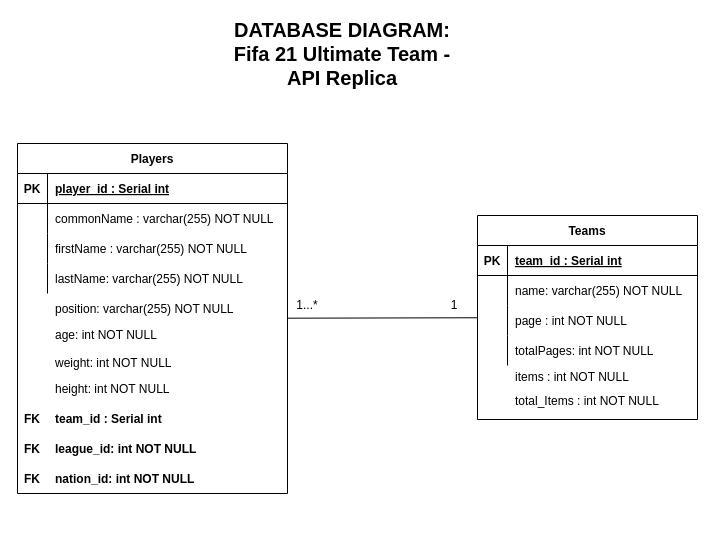
This is page "EntityRelationshipDiagram" (2 of 4) of architecture/Fifa21_replica_diagrams.drawio from jigth/fifa21-api-replica, a draw.io file, before an edit. Source tidied: cells renumbered, new cells numbered last; positions are measured from the earlier drawing's top-left corner, leaving out a move shared by most shapes. Both pictures are drawn from the tidied source at 100%, with x=0, y=0 at pixel (17, 43).
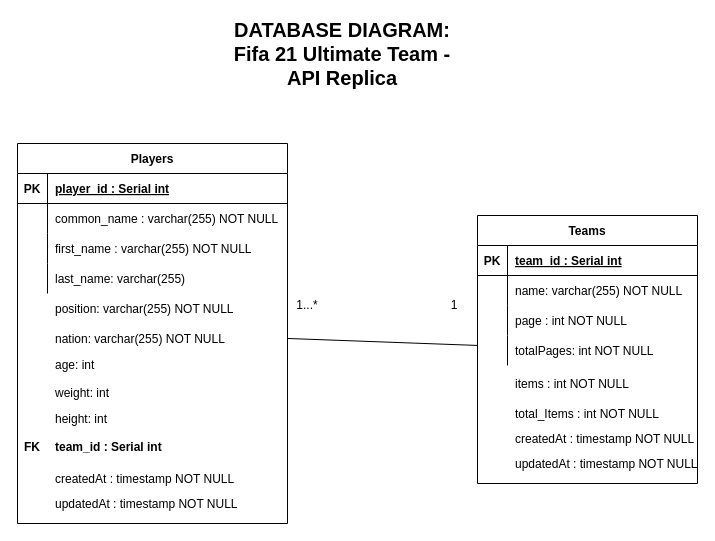
The same page after the edit.

Commit message (it also covers changes not shown here):
Updating ERD diagram to match the current state of the project

Unchanged cells that the change refers to:
```xml
<mxCell id="9" style="shape=partialRectangle;fillColor=none;top=0;left=0;bottom=0;right=0;" parent="5" vertex="1">
  <mxGeometry y="60" width="270" height="30" as="geometry" />
</mxCell>
<mxCell id="12" style="shape=partialRectangle;fillColor=none;top=0;left=0;bottom=0;right=0;" parent="5" vertex="1">
  <mxGeometry y="90" width="270" height="30" as="geometry" />
</mxCell>
<mxCell id="15" style="shape=partialRectangle;fillColor=none;top=0;left=0;bottom=0;right=0;" parent="5" vertex="1">
  <mxGeometry y="120" width="270" height="30" as="geometry" />
</mxCell>
```

Diff of the diagram source:
```diff
@@
     <mxCell id="5" value="Players" style="shape=table;startSize=30;childLayout=tableLayout;rowLines=0;fontStyle=1;align=center;" parent="1" vertex="1">
-      <mxGeometry y="100" width="270" height="350" as="geometry" />
+      <mxGeometry y="100" width="270" height="380" as="geometry" />
     </mxCell>
@@
-    <mxCell id="11" value="commonName : varchar(255) NOT NULL" style="shape=partialRectangle;fillColor=none;top=0;left=0;bottom=0;right=0;align=left;spacingLeft=6;overflow=hidden;" parent="9" vertex="1">
+    <mxCell id="11" value="common_name : varchar(255) NOT NULL" style="shape=partialRectangle;fillColor=none;top=0;left=0;bottom=0;right=0;align=left;spacingLeft=6;overflow=hidden;" parent="9" vertex="1">
       <mxGeometry x="30" width="240" height="30" as="geometry" />
     </mxCell>
@@
-    <mxCell id="14" value="firstName : varchar(255) NOT NULL" style="shape=partialRectangle;fillColor=none;top=0;left=0;bottom=0;right=0;align=left;spacingLeft=6;overflow=hidden;" parent="12" vertex="1">
+    <mxCell id="14" value="first_name : varchar(255) NOT NULL" style="shape=partialRectangle;fillColor=none;top=0;left=0;bottom=0;right=0;align=left;spacingLeft=6;overflow=hidden;" parent="12" vertex="1">
       <mxGeometry x="30" width="240" height="30" as="geometry" />
     </mxCell>
@@
-    <mxCell id="17" value="lastName: varchar(255) NOT NULL" style="shape=partialRectangle;fillColor=none;top=0;left=0;bottom=0;right=0;align=left;spacingLeft=6;overflow=hidden;" parent="15" vertex="1">
+    <mxCell id="17" value="last_name: varchar(255)" style="shape=partialRectangle;fillColor=none;top=0;left=0;bottom=0;right=0;align=left;spacingLeft=6;overflow=hidden;" parent="15" vertex="1">
       <mxGeometry x="30" width="240" height="30" as="geometry" />
     </mxCell>
-    <mxCell id="18" value="league_id: int NOT NULL" style="shape=partialRectangle;fillColor=none;top=0;left=0;bottom=0;right=0;align=left;spacingLeft=6;overflow=hidden;fontStyle=1;" parent="1" vertex="1">
-      <mxGeometry x="30" y="390" width="240" height="30" as="geometry" />
-    </mxCell>
-    <mxCell id="19" value="nation_id: int NOT NULL" style="shape=partialRectangle;fillColor=none;top=0;left=0;bottom=0;right=0;align=left;spacingLeft=6;overflow=hidden;fontStyle=1;" parent="1" vertex="1">
-      <mxGeometry x="30" y="420" width="240" height="30" as="geometry" />
+    <mxCell id="19" value="nation: varchar(255) NOT NULL" style="shape=partialRectangle;fillColor=none;top=0;left=0;bottom=0;right=0;align=left;spacingLeft=6;overflow=hidden;fontStyle=0;" parent="1" vertex="1">
+      <mxGeometry x="30" y="280" width="240" height="30" as="geometry" />
     </mxCell>
-    <mxCell id="20" value="FK" style="shape=partialRectangle;fillColor=none;top=0;left=0;bottom=0;right=0;fontStyle=1;overflow=hidden;" parent="1" vertex="1">
-      <mxGeometry y="390" width="30" height="30" as="geometry" />
-    </mxCell>
-    <mxCell id="21" value="FK" style="shape=partialRectangle;fillColor=none;top=0;left=0;bottom=0;right=0;fontStyle=1;overflow=hidden;" parent="1" vertex="1">
-      <mxGeometry y="420" width="30" height="30" as="geometry" />
-    </mxCell>
@@
-    <mxCell id="23" value="age: int NOT NULL" style="shape=partialRectangle;fillColor=none;top=0;left=0;bottom=0;right=0;align=left;spacingLeft=6;overflow=hidden;" parent="1" vertex="1">
-      <mxGeometry x="30" y="276" width="240" height="30" as="geometry" />
+    <mxCell id="23" value="age: int" style="shape=partialRectangle;fillColor=none;top=0;left=0;bottom=0;right=0;align=left;spacingLeft=6;overflow=hidden;" parent="1" vertex="1">
+      <mxGeometry x="30" y="306" width="240" height="30" as="geometry" />
     </mxCell>
-    <mxCell id="24" value="weight: int NOT NULL" style="shape=partialRectangle;fillColor=none;top=0;left=0;bottom=0;right=0;align=left;spacingLeft=6;overflow=hidden;" parent="1" vertex="1">
-      <mxGeometry x="30" y="304" width="240" height="30" as="geometry" />
+    <mxCell id="24" value="weight: int" style="shape=partialRectangle;fillColor=none;top=0;left=0;bottom=0;right=0;align=left;spacingLeft=6;overflow=hidden;" parent="1" vertex="1">
+      <mxGeometry x="30" y="334" width="240" height="30" as="geometry" />
     </mxCell>
-    <mxCell id="25" value="height: int NOT NULL" style="shape=partialRectangle;fillColor=none;top=0;left=0;bottom=0;right=0;align=left;spacingLeft=6;overflow=hidden;" parent="1" vertex="1">
-      <mxGeometry x="30" y="330" width="240" height="30" as="geometry" />
+    <mxCell id="25" value="height: int" style="shape=partialRectangle;fillColor=none;top=0;left=0;bottom=0;right=0;align=left;spacingLeft=6;overflow=hidden;" parent="1" vertex="1">
+      <mxGeometry x="30" y="360" width="240" height="30" as="geometry" />
     </mxCell>
     <mxCell id="26" value="FK" style="shape=partialRectangle;fillColor=none;top=0;left=0;bottom=0;right=0;fontStyle=1;overflow=hidden;" parent="1" vertex="1">
-      <mxGeometry y="360" width="30" height="30" as="geometry" />
+      <mxGeometry y="388" width="30" height="30" as="geometry" />
     </mxCell>
     <mxCell id="27" value="team_id : Serial int" style="shape=partialRectangle;fillColor=none;top=0;left=0;bottom=0;right=0;align=left;spacingLeft=6;fontStyle=1;overflow=hidden;" parent="1" vertex="1">
-      <mxGeometry x="30" y="360" width="190" height="30" as="geometry" />
+      <mxGeometry x="30" y="388" width="190" height="30" as="geometry" />
     </mxCell>
     <mxCell id="28" style="group;" parent="1" vertex="1">
-      <mxGeometry x="460" y="172" width="220" height="204" as="geometry" />
+      <mxGeometry x="460" y="172" width="220" height="268" as="geometry" />
     </mxCell>
     <mxCell id="29" value="Teams" style="shape=table;startSize=30;childLayout=tableLayout;rowLines=0;fontStyle=1;align=center;" parent="28" vertex="1">
-      <mxGeometry width="220" height="204" as="geometry" />
+      <mxGeometry width="220" height="268" as="geometry" />
     </mxCell>
@@
     <mxCell id="42" value="items : int NOT NULL" style="shape=partialRectangle;fillColor=none;top=0;left=0;bottom=0;right=0;align=left;spacingLeft=6;overflow=hidden;" parent="28" vertex="1">
-      <mxGeometry x="30" y="146" width="190" height="30" as="geometry" />
+      <mxGeometry x="30" y="148" width="190" height="39.4" as="geometry" />
     </mxCell>
     <mxCell id="43" value="total_Items : int NOT NULL" style="shape=partialRectangle;fillColor=none;top=0;left=0;bottom=0;right=0;align=left;spacingLeft=6;overflow=hidden;" parent="28" vertex="1">
-      <mxGeometry x="30" y="170" width="190" height="30" as="geometry" />
+      <mxGeometry x="30" y="178" width="190" height="39.4" as="geometry" />
     </mxCell>
+    <mxCell id="45" value="updatedAt : timestamp NOT NULL" style="shape=partialRectangle;fillColor=none;top=0;left=0;bottom=0;right=0;align=left;spacingLeft=6;overflow=hidden;" parent="28" vertex="1">
+      <mxGeometry x="30" y="228.6" width="190" height="39.4" as="geometry" />
+    </mxCell>
+    <mxCell id="46" value="createdAt : timestamp NOT NULL" style="shape=partialRectangle;fillColor=none;top=0;left=0;bottom=0;right=0;align=left;spacingLeft=6;overflow=hidden;" parent="28" vertex="1">
+      <mxGeometry x="30" y="203" width="190" height="39.4" as="geometry" />
+    </mxCell>
@@
+    <mxCell id="47" value="updatedAt : timestamp NOT NULL" style="shape=partialRectangle;fillColor=none;top=0;left=0;bottom=0;right=0;align=left;spacingLeft=6;overflow=hidden;" parent="1" vertex="1">
+      <mxGeometry x="30" y="440.6" width="190" height="39.4" as="geometry" />
+    </mxCell>
+    <mxCell id="48" value="createdAt : timestamp NOT NULL" style="shape=partialRectangle;fillColor=none;top=0;left=0;bottom=0;right=0;align=left;spacingLeft=6;overflow=hidden;" parent="1" vertex="1">
+      <mxGeometry x="30" y="415" width="190" height="39.4" as="geometry" />
+    </mxCell>
```
